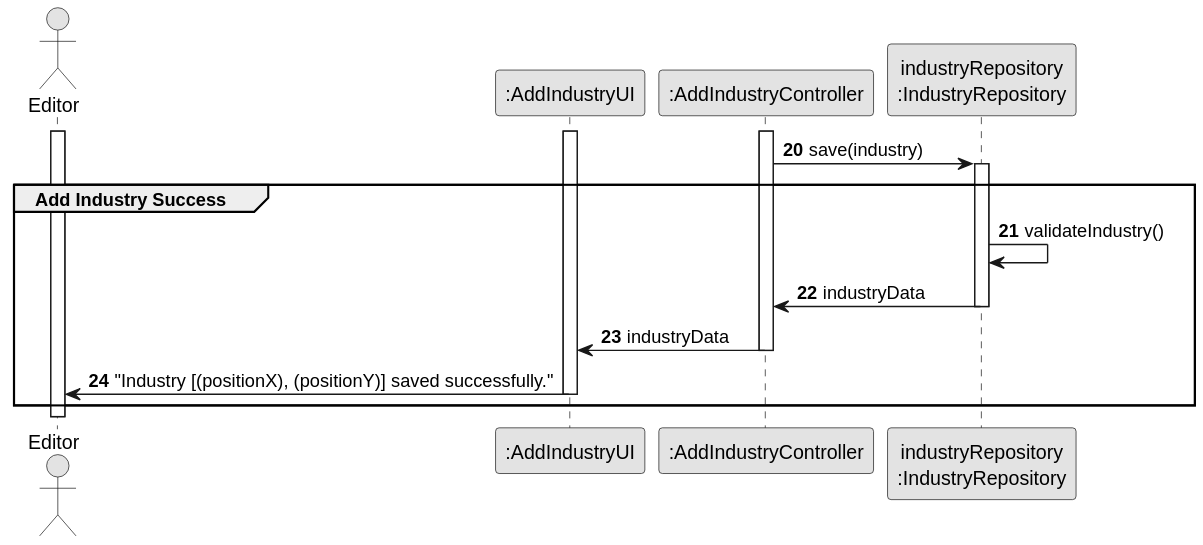
This is docs/sprint3/us002/03.design/svg/us002-sd-partial-add-industry-success.svg from ivasduarte/all-aboard, a PlantUML export, as it was before one commit.
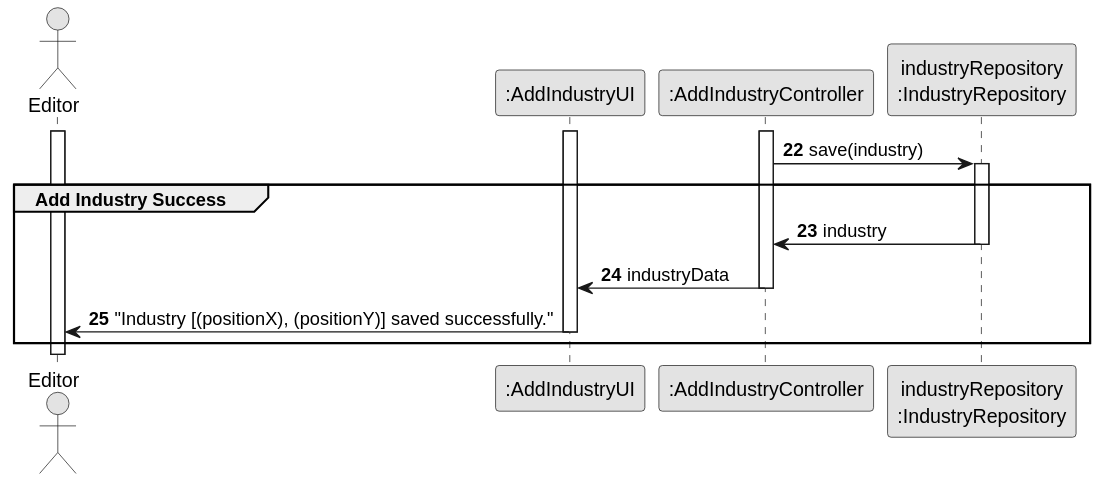
The same diagram one commit later.

Commit message:
US02(docs): updated partial sds

Change to the diagram source:
```diff
@@ -3,7 +3,7 @@
 skinparam packageStyle rectangle
 skinparam shadowing false
 
-autonumber 20
+autonumber 22
 
 actor Editor
 participant ":AddIndustryUI" as UI
@@ -18,8 +18,8 @@
 activate repo
 
 group Add Industry Success
-    repo -> repo : validateIndustry()
-    repo -> CTRL : industryData
+
+    repo -> CTRL : industry
     deactivate repo
 
     CTRL -> UI : industryData
@@ -27,5 +27,6 @@
 
     UI -> Editor : "Industry [(positionX), (positionY)] saved successfully."
     deactivate UI
+
 end
 @enduml
```
